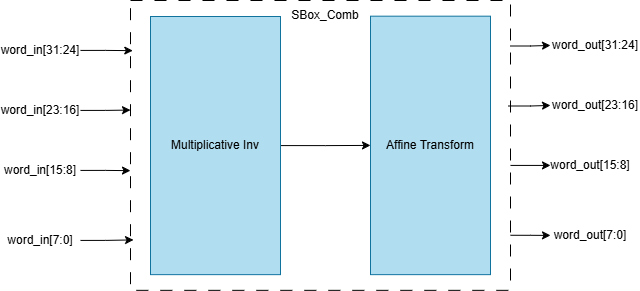
LQLManZz/AES128-Verilog keeps this draw.io diagram as KeyExpansion/media/SubWord Low.png. Above is the earlier version. Source tidied: cells renumbered, new cells last; positions are measured from the earlier drawing's top-left corner, leaving out a move shared by most shapes.
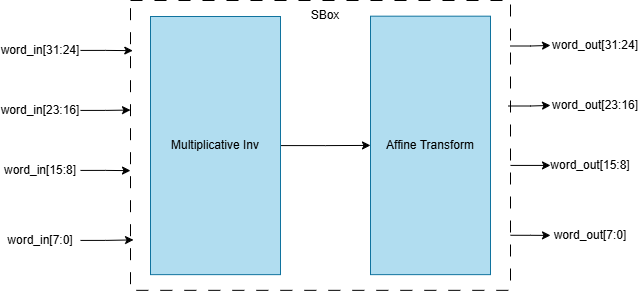
The same diagram one commit later.

Diff of the diagram source:
```diff
@@ -41,7 +41,7 @@
     <mxCell id="14" value="Affine Transform" style="rounded=0;whiteSpace=wrap;html=1;fillColor=#b1ddf0;strokeColor=#10739e;" parent="10" vertex="1">
       <mxGeometry x="240" y="15.7" width="120" height="258.5" as="geometry" />
     </mxCell>
-    <mxCell id="15" value="SBox_Comb" style="text;html=1;whiteSpace=wrap;strokeColor=none;fillColor=none;align=center;verticalAlign=middle;rounded=0;" parent="10" vertex="1">
+    <mxCell id="15" value="SBox" style="text;html=1;whiteSpace=wrap;strokeColor=none;fillColor=none;align=center;verticalAlign=middle;rounded=0;" parent="10" vertex="1">
       <mxGeometry x="150" width="90" height="30" as="geometry" />
     </mxCell>
     <mxCell id="16" style="edgeStyle=orthogonalEdgeStyle;rounded=0;jettySize=auto;html=1;exitX=1;exitY=0.5;exitDx=0;exitDy=0;entryX=0.006;entryY=0.173;entryDx=0;entryDy=0;entryPerimeter=0;" parent="1" edge="1" source="2" target="11">
```
